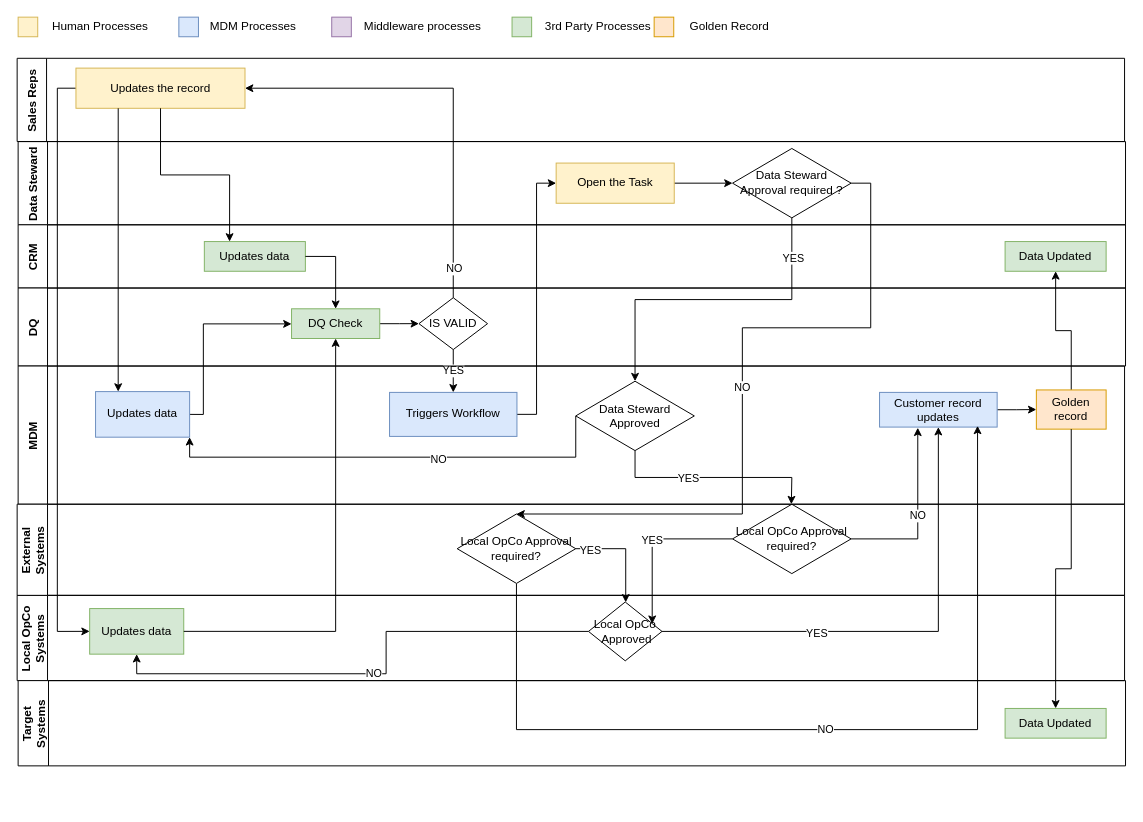
Above: page "Approval-Workflow" (4 of 8) of MDM-Processes.drawio in biswarup81/drawings (draw.io), before the change. Source tidied: cells renumbered, new cells numbered last; positions are measured from the earlier drawing's top-left corner, leaving out a move shared by most shapes. Both pictures are drawn from the tidied source at 98%, with x=0, y=0 at pixel (17, 17).
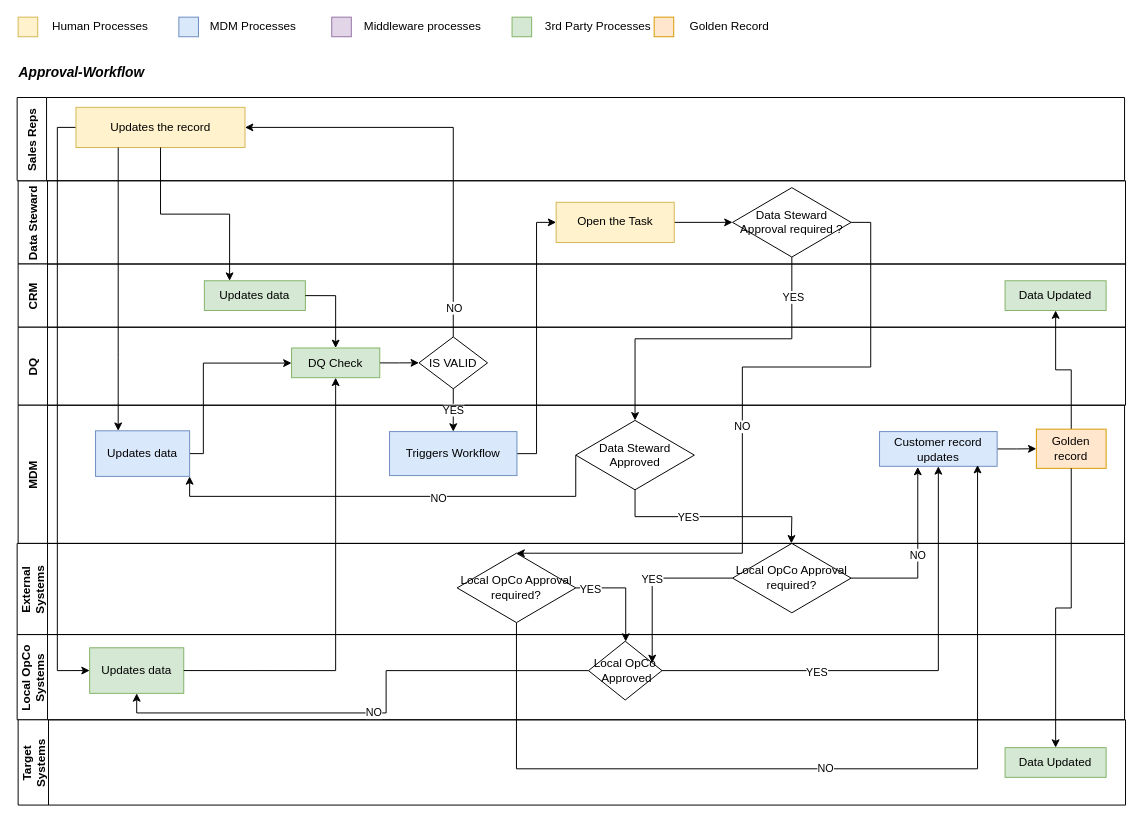
After the change.

Unchanged cells that the change refers to:
```xml
<mxCell id="11" value="IS VALID" style="rhombus;whiteSpace=wrap;html=1;" parent="10" vertex="1">
  <mxGeometry x="409" y="9.9" width="70" height="52.9" as="geometry" />
</mxCell>
<mxCell id="19" value="Updates data" style="whiteSpace=wrap;html=1;strokeColor=#6c8ebf;fillColor=#dae8fc;align=center;" parent="2" vertex="1">
  <mxGeometry x="79" y="225.1" width="96" height="46.5" as="geometry" />
</mxCell>
<mxCell id="32" value="Local OpCo Approval required?" style="rhombus;whiteSpace=wrap;html=1;" parent="2" vertex="1">
  <mxGeometry x="448" y="350" width="121" height="70.8" as="geometry" />
</mxCell>
<mxCell id="48" value="Updates data" style="whiteSpace=wrap;html=1;strokeColor=#82b366;fillColor=#d5e8d4;align=center;" parent="47" vertex="1">
  <mxGeometry x="74" y="13.5" width="96" height="46.5" as="geometry" />
</mxCell>
<mxCell id="50" value="Local OpCo&lt;br&gt;&amp;nbsp;Approved" style="rhombus;whiteSpace=wrap;html=1;" parent="47" vertex="1">
  <mxGeometry x="583" y="6.8" width="75" height="60" as="geometry" />
</mxCell>
<mxCell id="62" value="Updates the record" style="rounded=0;whiteSpace=wrap;html=1;fillColor=#fff2cc;strokeColor=#d6b656;" parent="61" vertex="1">
  <mxGeometry x="60" y="10" width="172.5" height="41" as="geometry" />
</mxCell>
```

Change to the diagram source:
```diff
@@
     <mxCell id="2" style="group;" parent="1" vertex="1">
-      <mxGeometry x="1" y="157" width="1130" height="420.8" as="geometry" />
+      <mxGeometry x="1" y="197" width="1130" height="420.8" as="geometry" />
     </mxCell>
@@
     <mxCell id="36" value="MDM" style="swimlane;startSize=30;horizontal=0;" parent="1" vertex="1">
-      <mxGeometry x="1" y="356" width="1129" height="141" as="geometry" />
+      <mxGeometry x="1" y="396" width="1129" height="141" as="geometry" />
     </mxCell>
@@
     <mxCell id="47" value="Local OpCo&#10;Systems" style="swimlane;startSize=31;horizontal=0;" parent="1" vertex="1">
-      <mxGeometry y="590" width="1130" height="87" as="geometry" />
+      <mxGeometry y="630" width="1130" height="87" as="geometry" />
     </mxCell>
@@
     <mxCell id="51" value="External &#10;Systems" style="swimlane;startSize=31;horizontal=0;" parent="1" vertex="1">
-      <mxGeometry y="497" width="1130" height="93" as="geometry" />
+      <mxGeometry y="537" width="1130" height="93" as="geometry" />
     </mxCell>
     <mxCell id="52" value="Target&#10;Systems" style="swimlane;startSize=31;horizontal=0;" parent="1" vertex="1">
-      <mxGeometry x="1" y="677" width="1130" height="87" as="geometry" />
+      <mxGeometry x="1" y="717" width="1130" height="87" as="geometry" />
     </mxCell>
@@
     <mxCell id="54" style="edgeStyle=orthogonalEdgeStyle;rounded=0;jettySize=auto;html=1;entryX=0;entryY=0.5;entryDx=0;entryDy=0;exitX=0;exitY=0.5;exitDx=0;exitDy=0;" parent="1" edge="1" source="62" target="48">
       <mxGeometry relative="1" as="geometry">
         <Array as="points">
-          <mxPoint x="41" y="72" />
-          <mxPoint x="41" y="627" />
+          <mxPoint x="41" y="112" />
+          <mxPoint x="41" y="667" />
         </Array>
       </mxGeometry>
     </mxCell>
@@
     <mxCell id="56" style="edgeStyle=orthogonalEdgeStyle;rounded=0;jettySize=auto;html=1;exitX=1;exitY=0.5;exitDx=0;exitDy=0;" parent="1" edge="1" source="32" target="50">
       <mxGeometry relative="1" as="geometry">
         <Array as="points">
-          <mxPoint x="621" y="542" />
+          <mxPoint x="621" y="582" />
         </Array>
       </mxGeometry>
     </mxCell>
@@
     <mxCell id="61" value="Sales Reps" style="swimlane;startSize=30;horizontal=0;" parent="1" vertex="1">
-      <mxGeometry y="42" width="1130" height="84.9" as="geometry" />
+      <mxGeometry y="82" width="1130" height="84.9" as="geometry" />
     </mxCell>
@@
     <mxCell id="64" style="edgeStyle=orthogonalEdgeStyle;rounded=0;jettySize=auto;html=1;entryX=1;entryY=0.5;entryDx=0;entryDy=0;exitX=0.5;exitY=0;exitDx=0;exitDy=0;" parent="1" edge="1" source="11" target="62">
       <mxGeometry relative="1" as="geometry">
         <Array as="points">
-          <mxPoint x="445" y="72" />
+          <mxPoint x="445" y="112" />
         </Array>
       </mxGeometry>
     </mxCell>
@@
     <mxCell id="66" style="edgeStyle=orthogonalEdgeStyle;rounded=0;jettySize=auto;html=1;exitX=0.25;exitY=1;exitDx=0;exitDy=0;" parent="1" edge="1" source="62" target="19">
       <mxGeometry relative="1" as="geometry">
         <Array as="points">
-          <mxPoint x="103" y="307" />
-          <mxPoint x="103" y="307" />
+          <mxPoint x="103" y="347" />
+          <mxPoint x="103" y="347" />
         </Array>
       </mxGeometry>
     </mxCell>
@@
+    <mxCell id="68" value="&lt;div style=&quot;box-sizing: border-box ; font-family: &amp;#34;segoe ui&amp;#34; , , &amp;#34;apple color emoji&amp;#34; , &amp;#34;segoe ui emoji&amp;#34; , sans-serif ; font-size: 14px&quot;&gt;Approval-Workflow&lt;/div&gt;" style="text;html=1;strokeColor=none;fillColor=none;align=left;verticalAlign=middle;whiteSpace=wrap;rounded=0;fontFamily=Helvetica;fontSize=12;fontStyle=3;" parent="1" vertex="1">
+      <mxGeometry y="47" width="519" height="20" as="geometry" />
+    </mxCell>
```
